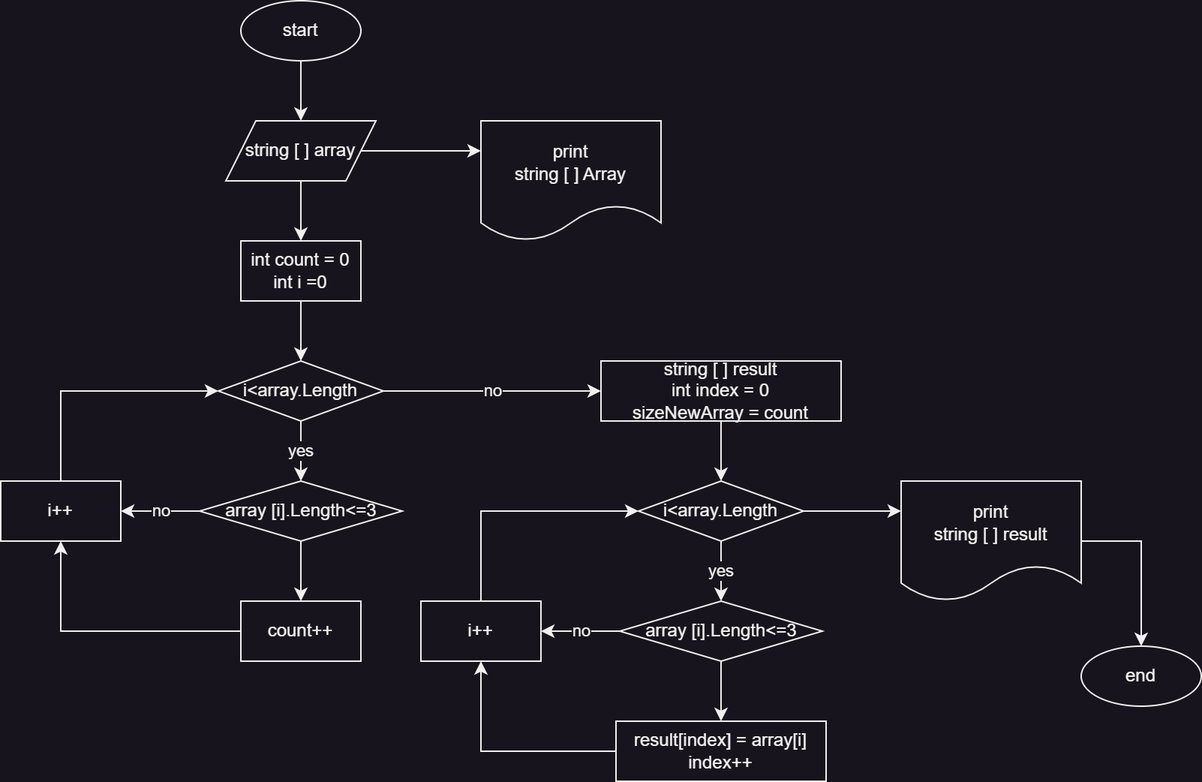
Before: Algorithm.png, a diagram exported from draw.io (JoolsCohen/Control_Work-I_quarter). Source tidied: cells renumbered, new cells last; positions are measured from the earlier drawing's top-left corner, leaving out a move shared by most shapes.
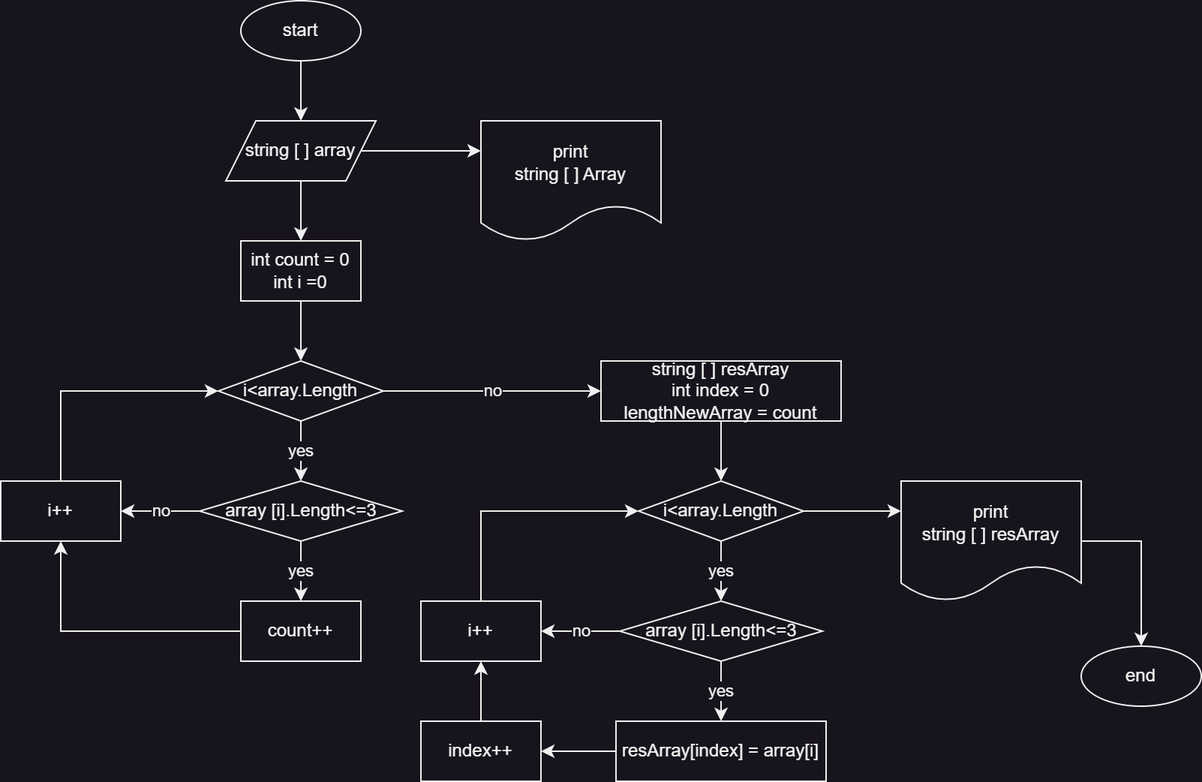
The same diagram one commit later.

Commit message:
немного отредачила блок схему

Diff of the diagram source:
```diff
@@ -32,7 +32,7 @@
     <mxCell id="11" value="i&amp;lt;array.Length" style="rhombus;whiteSpace=wrap;html=1;" parent="1" vertex="1">
       <mxGeometry x="145" y="240" width="110" height="40" as="geometry" />
     </mxCell>
-    <mxCell id="12" style="edgeStyle=orthogonalEdgeStyle;rounded=0;jettySize=auto;html=1;exitX=0.5;exitY=1;exitDx=0;exitDy=0;entryX=0.5;entryY=0;entryDx=0;entryDy=0;" parent="1" edge="1" source="14" target="16">
+    <mxCell id="12" value="yes" style="edgeStyle=orthogonalEdgeStyle;rounded=0;jettySize=auto;html=1;exitX=0.5;exitY=1;exitDx=0;exitDy=0;entryX=0.5;entryY=0;entryDx=0;entryDy=0;" parent="1" edge="1" source="14" target="16">
       <mxGeometry relative="1" as="geometry" />
     </mxCell>
     <mxCell id="13" value="no" style="edgeStyle=orthogonalEdgeStyle;rounded=0;jettySize=auto;html=1;exitX=0;exitY=0.5;exitDx=0;exitDy=0;entryX=1;entryY=0.5;entryDx=0;entryDy=0;" parent="1" edge="1" source="14" target="18">
@@ -56,7 +56,7 @@
     <mxCell id="19" style="edgeStyle=orthogonalEdgeStyle;rounded=0;jettySize=auto;html=1;exitX=0.5;exitY=1;exitDx=0;exitDy=0;entryX=0.5;entryY=0;entryDx=0;entryDy=0;" parent="1" edge="1" source="20" target="23">
       <mxGeometry relative="1" as="geometry" />
     </mxCell>
-    <mxCell id="20" value="string [ ] result&lt;br&gt;int index = 0&lt;br&gt;sizeNewArray = count" style="rounded=0;whiteSpace=wrap;html=1;" parent="1" vertex="1">
+    <mxCell id="20" value="string [ ] resArray&lt;br&gt;int index = 0&lt;br&gt;lengthNewArray = count" style="rounded=0;whiteSpace=wrap;html=1;" parent="1" vertex="1">
       <mxGeometry x="400" y="240" width="160" height="40" as="geometry" />
     </mxCell>
     <mxCell id="21" value="yes" style="edgeStyle=orthogonalEdgeStyle;rounded=0;jettySize=auto;html=1;exitX=0.5;exitY=1;exitDx=0;exitDy=0;entryX=0.5;entryY=0;entryDx=0;entryDy=0;" parent="1" edge="1" source="23" target="26">
@@ -68,7 +68,7 @@
     <mxCell id="23" value="i&amp;lt;array.Length" style="rhombus;whiteSpace=wrap;html=1;" parent="1" vertex="1">
       <mxGeometry x="425" y="320" width="110" height="40" as="geometry" />
     </mxCell>
-    <mxCell id="24" style="edgeStyle=orthogonalEdgeStyle;rounded=0;jettySize=auto;html=1;exitX=0.5;exitY=1;exitDx=0;exitDy=0;entryX=0.5;entryY=0;entryDx=0;entryDy=0;" parent="1" edge="1" source="26" target="28">
+    <mxCell id="24" value="yes" style="edgeStyle=orthogonalEdgeStyle;rounded=0;jettySize=auto;html=1;exitX=0.5;exitY=1;exitDx=0;exitDy=0;entryX=0.5;entryY=0;entryDx=0;entryDy=0;" parent="1" edge="1" source="26" target="28">
       <mxGeometry relative="1" as="geometry" />
     </mxCell>
     <mxCell id="25" value="no" style="edgeStyle=orthogonalEdgeStyle;rounded=0;jettySize=auto;html=1;exitX=0;exitY=0.5;exitDx=0;exitDy=0;entryX=1;entryY=0.5;entryDx=0;entryDy=0;" parent="1" edge="1" source="26" target="30">
@@ -77,10 +77,10 @@
     <mxCell id="26" value="array [i].Length&amp;lt;=3" style="rhombus;whiteSpace=wrap;html=1;" parent="1" vertex="1">
       <mxGeometry x="412.5" y="400" width="135" height="40" as="geometry" />
     </mxCell>
-    <mxCell id="27" style="edgeStyle=orthogonalEdgeStyle;rounded=0;jettySize=auto;html=1;exitX=0;exitY=0.5;exitDx=0;exitDy=0;" parent="1" edge="1" source="28" target="30">
-      <mxGeometry relative="1" as="geometry" />
-    </mxCell>
+    <mxCell id="35" style="edgeStyle=orthogonalEdgeStyle;rounded=0;jettySize=auto;html=1;exitX=0;exitY=0.5;exitDx=0;exitDy=0;entryX=1;entryY=0.5;entryDx=0;entryDy=0;" parent="1" edge="1" source="28" target="37">
+      <mxGeometry relative="1" as="geometry" />
+    </mxCell>
-    <mxCell id="28" value="result[index] = array[i]&lt;br&gt;index++" style="rounded=0;whiteSpace=wrap;html=1;" parent="1" vertex="1">
+    <mxCell id="28" value="resArray[index] = array[i]" style="rounded=0;whiteSpace=wrap;html=1;" parent="1" vertex="1">
       <mxGeometry x="410" y="480" width="140" height="40" as="geometry" />
     </mxCell>
     <mxCell id="29" style="edgeStyle=orthogonalEdgeStyle;rounded=0;jettySize=auto;html=1;exitX=0.5;exitY=0;exitDx=0;exitDy=0;entryX=0;entryY=0.5;entryDx=0;entryDy=0;" parent="1" edge="1" source="30" target="23">
@@ -92,7 +92,7 @@
     <mxCell id="31" style="edgeStyle=orthogonalEdgeStyle;rounded=0;jettySize=auto;html=1;exitX=1;exitY=0.5;exitDx=0;exitDy=0;entryX=0.5;entryY=0;entryDx=0;entryDy=0;" parent="1" edge="1" source="32" target="34">
       <mxGeometry relative="1" as="geometry" />
     </mxCell>
-    <mxCell id="32" value="print&lt;br&gt;string [ ] result" style="shape=document;whiteSpace=wrap;html=1;boundedLbl=1;" parent="1" vertex="1">
+    <mxCell id="32" value="print&lt;br&gt;string [ ] resArray" style="shape=document;whiteSpace=wrap;html=1;boundedLbl=1;" parent="1" vertex="1">
       <mxGeometry x="600" y="320" width="120" height="80" as="geometry" />
     </mxCell>
     <mxCell id="33" value="print&lt;br&gt;string [ ] Array" style="shape=document;whiteSpace=wrap;html=1;boundedLbl=1;" parent="1" vertex="1">
@@ -101,5 +101,11 @@
     <mxCell id="34" value="end" style="ellipse;whiteSpace=wrap;html=1;" parent="1" vertex="1">
       <mxGeometry x="720" y="430" width="80" height="40" as="geometry" />
     </mxCell>
+    <mxCell id="36" style="edgeStyle=orthogonalEdgeStyle;rounded=0;jettySize=auto;html=1;exitX=0.5;exitY=0;exitDx=0;exitDy=0;entryX=0.5;entryY=1;entryDx=0;entryDy=0;" parent="1" edge="1" source="37" target="30">
+      <mxGeometry relative="1" as="geometry" />
+    </mxCell>
+    <mxCell id="37" value="index++" style="rounded=0;whiteSpace=wrap;html=1;" parent="1" vertex="1">
+      <mxGeometry x="280" y="480" width="80" height="40" as="geometry" />
+    </mxCell>
   </root>
 </mxGraphModel>
```
